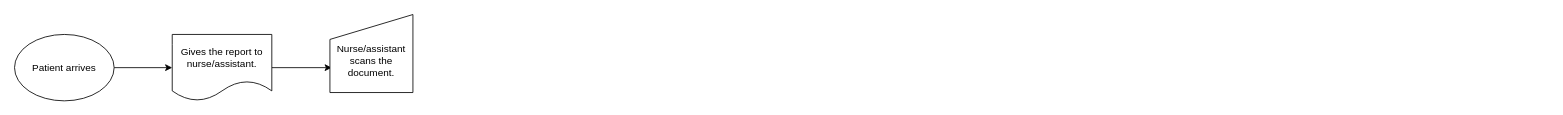
NiThIn-S/first keeps this draw.io diagram as workflow_usecase1.drawio. Above is the earlier version. Source tidied: cells renumbered, new cells numbered last; positions are measured from the earlier drawing's top-left corner, leaving out a move shared by most shapes. Both pictures are drawn from the tidied source at 83%, with x=0, y=0 at pixel (14, 14).
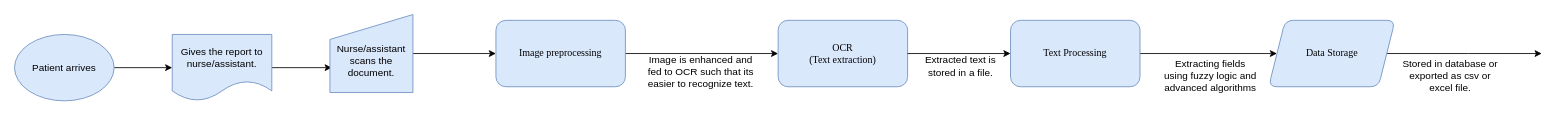
The same page after the edit.

What changed in the source:
```diff
@@
-    <mxCell id="3" value="Patient arrives" style="ellipse;whiteSpace=wrap;html=1;" parent="1" vertex="1">
+    <mxCell id="3" value="Patient arrives" style="ellipse;whiteSpace=wrap;html=1;fillColor=#dae8fc;strokeColor=#6c8ebf;" parent="1" vertex="1">
       <mxGeometry y="24" width="120" height="80" as="geometry" />
     </mxCell>
@@
-    <mxCell id="5" value="Gives the report to nurse/assistant." style="shape=document;whiteSpace=wrap;html=1;boundedLbl=1;" parent="1" vertex="1">
+    <mxCell id="5" value="Gives the report to nurse/assistant." style="shape=document;whiteSpace=wrap;html=1;boundedLbl=1;fillColor=#dae8fc;strokeColor=#6c8ebf;" parent="1" vertex="1">
       <mxGeometry x="190" y="24" width="120" height="80" as="geometry" />
     </mxCell>
+    <mxCell id="7" style="edgeStyle=orthogonalEdgeStyle;rounded=0;jettySize=auto;html=1;" parent="1" edge="1" source="6" target="9">
+      <mxGeometry relative="1" as="geometry" />
+    </mxCell>
-    <mxCell id="6" value="&lt;div&gt;Nurse/assistant&lt;/div&gt;&lt;div&gt;scans the document.&lt;/div&gt;" style="shape=manualInput;whiteSpace=wrap;html=1;spacingTop=17;" parent="1" vertex="1">
+    <mxCell id="6" value="&lt;div&gt;Nurse/assistant&lt;/div&gt;&lt;div&gt;scans the document.&lt;/div&gt;" style="shape=manualInput;whiteSpace=wrap;html=1;spacingTop=17;fillColor=#dae8fc;strokeColor=#6c8ebf;" parent="1" vertex="1">
       <mxGeometry x="380" width="100" height="94" as="geometry" />
     </mxCell>
+    <mxCell id="8" style="edgeStyle=orthogonalEdgeStyle;rounded=0;jettySize=auto;html=1;entryX=0;entryY=0.5;entryDx=0;entryDy=0;" parent="1" edge="1" source="9" target="10">
+      <mxGeometry relative="1" as="geometry" />
+    </mxCell>
+    <mxCell id="9" value="&lt;div&gt;Image preprocessing&lt;/div&gt;" style="rounded=1;whiteSpace=wrap;html=1;align=center;fillColor=#dae8fc;strokeColor=#6c8ebf;fontFamily=Times New Roman;" parent="1" vertex="1">
+      <mxGeometry x="580" y="7" width="156" height="80" as="geometry" />
+    </mxCell>
+    <mxCell id="10" value="&lt;div&gt;&lt;div&gt;OCR&lt;/div&gt;&lt;div&gt;(Text extraction)&lt;br&gt;&lt;/div&gt;&lt;/div&gt;" style="rounded=1;whiteSpace=wrap;html=1;align=center;fillColor=#dae8fc;strokeColor=#6c8ebf;fontFamily=Times New Roman;" parent="1" vertex="1">
+      <mxGeometry x="920" y="7" width="156" height="80" as="geometry" />
+    </mxCell>
+    <mxCell id="11" style="edgeStyle=orthogonalEdgeStyle;rounded=0;jettySize=auto;html=1;exitX=1;exitY=0.5;exitDx=0;exitDy=0;" parent="1" edge="1" source="10" target="13">
+      <mxGeometry relative="1" as="geometry" />
+    </mxCell>
+    <mxCell id="12" style="edgeStyle=orthogonalEdgeStyle;rounded=0;jettySize=auto;html=1;" parent="1" edge="1" source="13" target="17">
+      <mxGeometry relative="1" as="geometry" />
+    </mxCell>
+    <mxCell id="13" value="Text Processing" style="rounded=1;whiteSpace=wrap;html=1;align=center;fillColor=#dae8fc;strokeColor=#6c8ebf;fontFamily=Times New Roman;" parent="1" vertex="1">
+      <mxGeometry x="1200" y="7" width="156" height="80" as="geometry" />
+    </mxCell>
+    <mxCell id="14" value="&lt;div&gt;Extracted text is &lt;br&gt;&lt;/div&gt;&lt;div&gt;stored in a file.&lt;/div&gt;" style="text;html=1;strokeColor=none;fillColor=none;align=center;verticalAlign=middle;whiteSpace=wrap;rounded=0;" parent="1" vertex="1">
+      <mxGeometry x="1090" y="37" width="100" height="50" as="geometry" />
+    </mxCell>
+    <mxCell id="15" value="&lt;div&gt;Extracting fields &lt;br&gt;&lt;/div&gt;&lt;div&gt;using fuzzy logic and &lt;br&gt;&lt;/div&gt;advanced algorithms" style="text;html=1;strokeColor=none;fillColor=none;align=center;verticalAlign=middle;whiteSpace=wrap;rounded=0;" parent="1" vertex="1">
+      <mxGeometry x="1371" y="45" width="140" height="57" as="geometry" />
+    </mxCell>
+    <mxCell id="16" style="edgeStyle=orthogonalEdgeStyle;rounded=0;jettySize=auto;html=1;" parent="1" edge="1" source="17">
+      <mxGeometry relative="1" as="geometry">
+        <mxPoint x="1840" y="47" as="targetPoint" />
+      </mxGeometry>
+    </mxCell>
+    <mxCell id="17" value="Data Storage" style="shape=parallelogram;perimeter=parallelogramPerimeter;whiteSpace=wrap;html=1;fixedSize=1;rounded=1;strokeColor=#6c8ebf;fillColor=#dae8fc;spacingTop=-1;spacingLeft=1;fontFamily=Times New Roman;" parent="1" vertex="1">
+      <mxGeometry x="1511" y="7" width="152.3" height="80" as="geometry" />
+    </mxCell>
+    <mxCell id="18" value="&lt;div&gt;Stored in database or&lt;/div&gt;&lt;div&gt; exported as csv or excel file.&lt;/div&gt;" style="text;html=1;strokeColor=none;fillColor=none;align=center;verticalAlign=middle;whiteSpace=wrap;rounded=0;" parent="1" vertex="1">
+      <mxGeometry x="1670" y="54" width="120" height="40" as="geometry" />
+    </mxCell>
+    <mxCell id="19" value="&lt;div style=&quot;font-size: 12px&quot;&gt;Image is enhanced and &lt;br&gt;&lt;/div&gt;&lt;div style=&quot;font-size: 12px&quot;&gt;fed to OCR such that its &lt;br&gt;&lt;/div&gt;&lt;div style=&quot;font-size: 12px&quot;&gt;easier to recognize text.&lt;br style=&quot;font-size: 12px&quot;&gt;&lt;/div&gt;" style="text;html=1;strokeColor=none;fillColor=none;align=center;verticalAlign=middle;whiteSpace=wrap;rounded=0;" parent="1" vertex="1">
+      <mxGeometry x="750" y="36" width="154" height="66" as="geometry" />
+    </mxCell>
```
